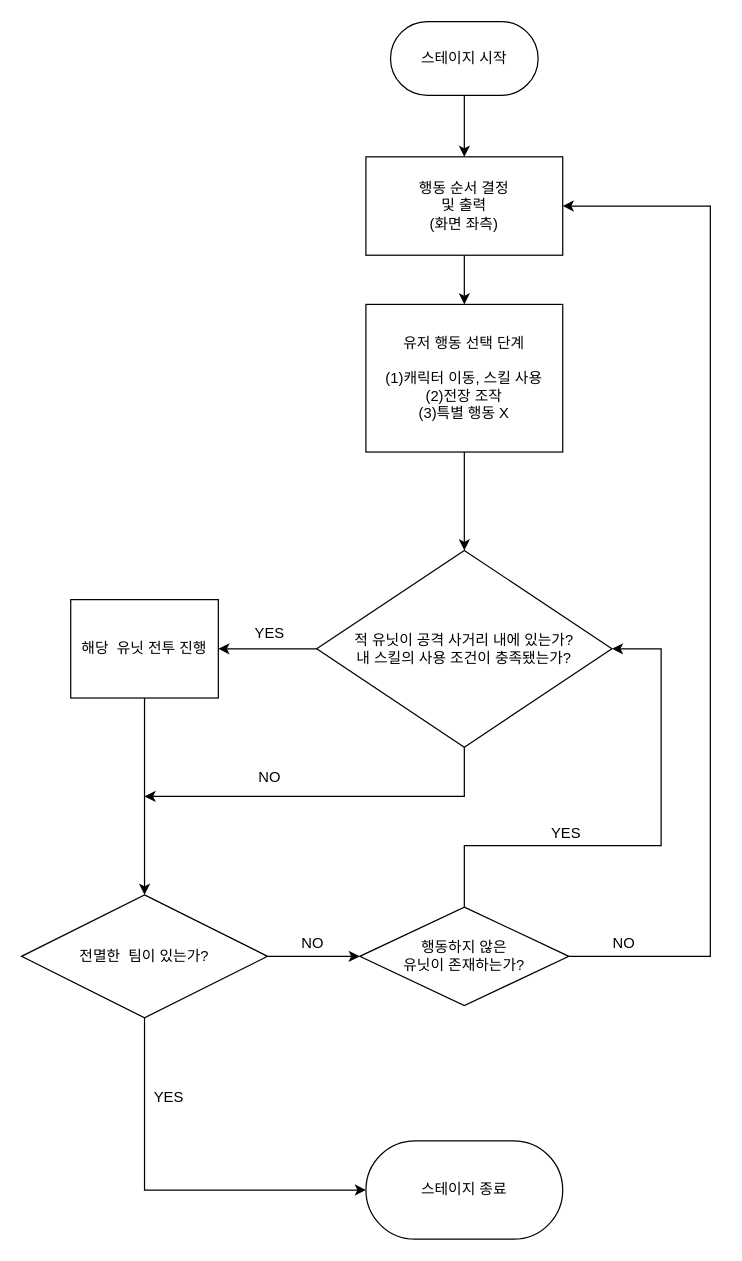
khj2003/26-1-study keeps this draw.io diagram as 배경이종이_플로우차트.drawio. Above is the earlier version. Source tidied: cells renumbered, new cells numbered last; positions are measured from the earlier drawing's top-left corner, leaving out a move shared by most shapes. Both pictures are drawn from the tidied source at 123%, with x=0, y=0 at pixel (21, 21).
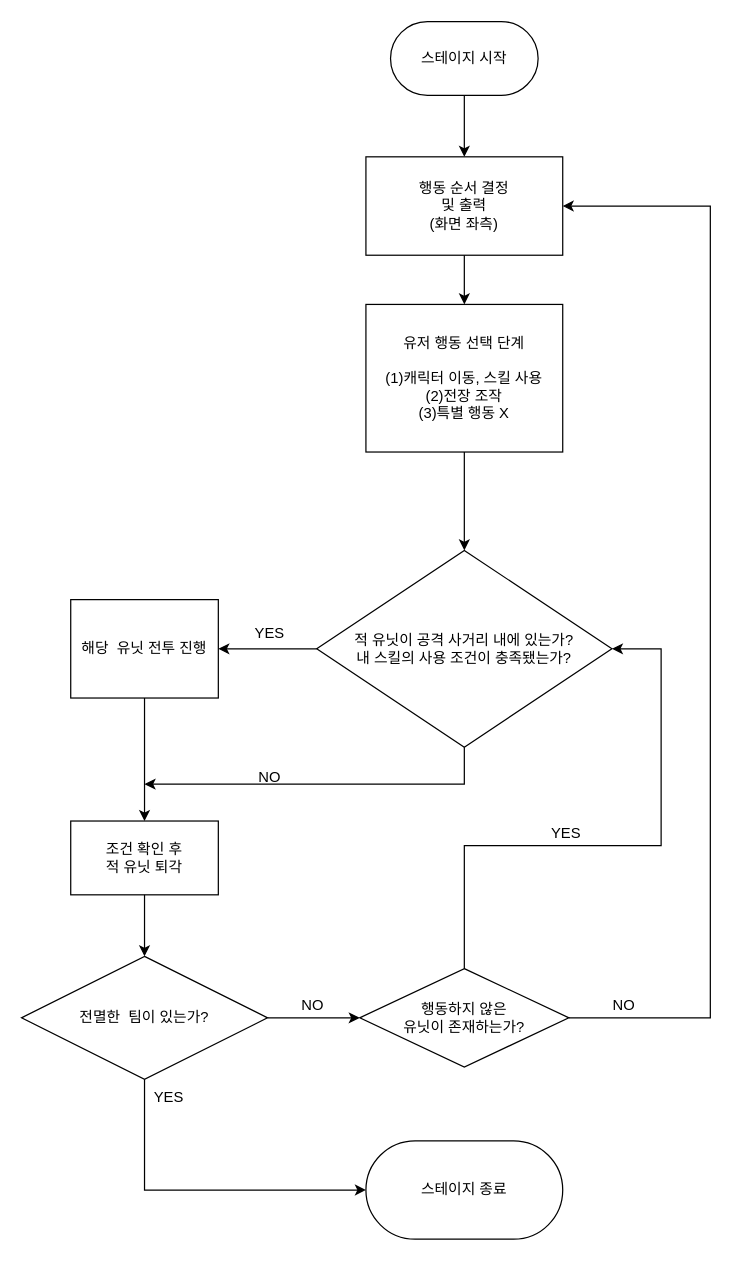
After the change.

Commit message:
배경이종이_플로우차트(전투)

The change refers to these unchanged cells:
```xml
<mxCell id="4" value="행동 순서 결정&lt;br&gt;및 출력&lt;div&gt;(화면 좌측)&lt;/div&gt;" style="rounded=0;whiteSpace=wrap;html=1;" parent="1" vertex="1">
  <mxGeometry x="280" y="110" width="160" height="80" as="geometry" />
</mxCell>
<mxCell id="8" value="적 유닛이 공격 사거리 내에 있는가?&lt;div&gt;내 스킬의 사용 조건이 충족됐는가?&lt;/div&gt;" style="rhombus;whiteSpace=wrap;html=1;" parent="1" vertex="1">
  <mxGeometry x="240" y="430" width="240" height="160" as="geometry" />
</mxCell>
<mxCell id="11" value="해당&amp;nbsp; 유닛 전투 진행" style="rounded=0;whiteSpace=wrap;html=1;" parent="1" vertex="1">
  <mxGeometry x="40" y="470" width="120" height="80" as="geometry" />
</mxCell>
```

The edit, as a diff of the source:
```diff
@@
     <mxCell id="13" style="endArrow=classic;html=1;rounded=0;exitX=0.5;exitY=1;exitDx=0;exitDy=0;" parent="1" edge="1" source="8">
       <mxGeometry relative="1" as="geometry">
-        <mxPoint x="100" y="630" as="targetPoint" />
+        <mxPoint x="100" y="620" as="targetPoint" />
         <Array as="points">
-          <mxPoint x="360" y="630" />
+          <mxPoint x="360" y="620" />
         </Array>
       </mxGeometry>
     </mxCell>
     <mxCell id="14" style="endArrow=classic;html=1;rounded=0;exitX=0.5;exitY=1;exitDx=0;exitDy=0;" parent="1" edge="1" source="11">
       <mxGeometry relative="1" as="geometry">
-        <mxPoint x="100" y="710" as="targetPoint" />
+        <mxPoint x="100" y="650" as="targetPoint" />
       </mxGeometry>
     </mxCell>
@@
     <mxCell id="16" value="행동하지 않은&lt;div&gt;유닛이 존재하는가?&lt;/div&gt;" style="rhombus;whiteSpace=wrap;html=1;" parent="1" vertex="1">
-      <mxGeometry x="275" y="720" width="170" height="80" as="geometry" />
+      <mxGeometry x="275" y="770" width="170" height="80" as="geometry" />
     </mxCell>
     <mxCell id="17" value="전멸한&amp;nbsp; 팀이 있는가?" style="rhombus;whiteSpace=wrap;html=1;" parent="1" vertex="1">
-      <mxGeometry y="710" width="200" height="100" as="geometry" />
+      <mxGeometry y="760" width="200" height="100" as="geometry" />
     </mxCell>
@@
     <mxCell id="19" value="NO" style="text;html=1;whiteSpace=wrap;strokeColor=none;fillColor=none;align=center;verticalAlign=middle;rounded=0;" parent="1" vertex="1">
-      <mxGeometry x="207" y="735" width="60" height="30" as="geometry" />
+      <mxGeometry x="207" y="785" width="60" height="30" as="geometry" />
     </mxCell>
     <mxCell id="20" style="endArrow=classic;html=1;rounded=0;exitX=1;exitY=0.5;exitDx=0;exitDy=0;entryX=1;entryY=0.5;entryDx=0;entryDy=0;" parent="1" edge="1" source="16" target="4">
       <mxGeometry relative="1" as="geometry">
         <Array as="points">
-          <mxPoint x="560" y="760" />
+          <mxPoint x="560" y="810" />
           <mxPoint x="560" y="150" />
         </Array>
       </mxGeometry>
     </mxCell>
     <mxCell id="21" value="NO" style="text;html=1;whiteSpace=wrap;strokeColor=none;fillColor=none;align=center;verticalAlign=middle;rounded=0;" parent="1" vertex="1">
-      <mxGeometry x="460" y="735" width="60" height="30" as="geometry" />
+      <mxGeometry x="460" y="785" width="60" height="30" as="geometry" />
     </mxCell>
@@
+    <mxCell id="27" value="조건 확인 후&lt;br&gt;적 유닛 퇴각" style="rounded=0;whiteSpace=wrap;html=1;" parent="1" vertex="1">
+      <mxGeometry x="40" y="650" width="120" height="60" as="geometry" />
+    </mxCell>
+    <mxCell id="28" style="endArrow=classic;html=1;rounded=0;exitX=0.5;exitY=1;exitDx=0;exitDy=0;entryX=0.5;entryY=0;entryDx=0;entryDy=0;" parent="1" edge="1" source="27" target="17">
+      <mxGeometry relative="1" as="geometry" />
+    </mxCell>
```
